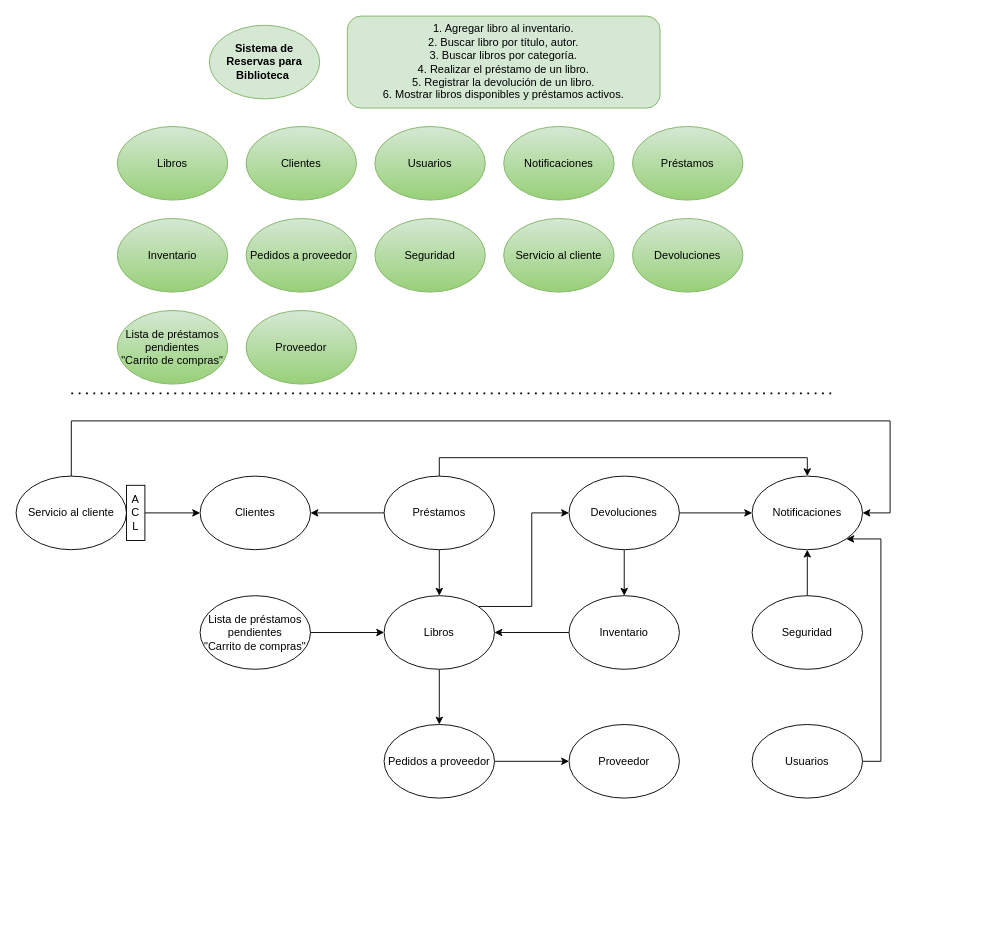
The draw.io diagram Biblioteca_Disenio.drawio in andrescardo98/doo, before the edit. Source tidied: cells renumbered, new cells numbered last; positions are measured from the earlier drawing's top-left corner, leaving out a move shared by most shapes. Both pictures are drawn from the tidied source at 92%, with x=0, y=0 at pixel (16, 16).
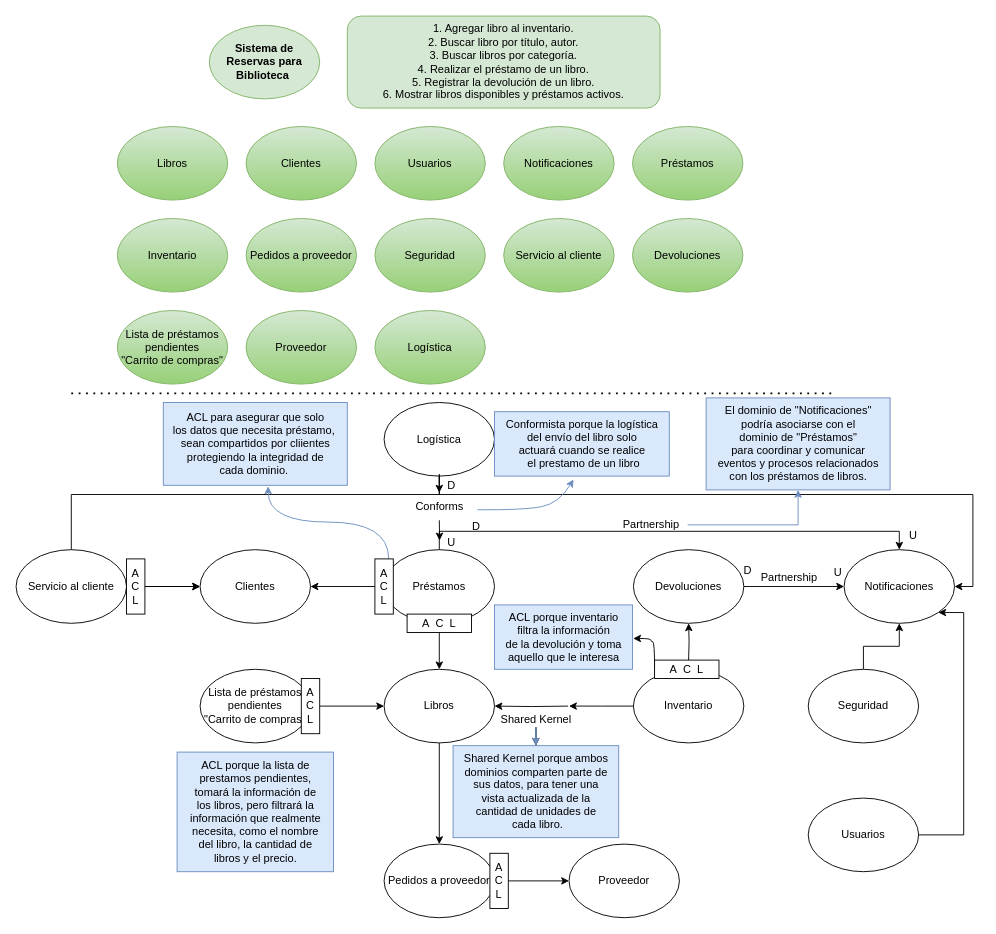
After the change.

What changed in the source:
```diff
@@
-    <mxCell id="14" style="edgeStyle=orthogonalEdgeStyle;rounded=0;jettySize=auto;html=1;exitX=1;exitY=0;exitDx=0;exitDy=0;entryX=0;entryY=0.5;entryDx=0;entryDy=0;" parent="1" edge="1" source="16" target="35">
-      <mxGeometry relative="1" as="geometry" />
-    </mxCell>
@@
     <mxCell id="16" value="Libros" style="ellipse;whiteSpace=wrap;html=1;" parent="1" vertex="1">
-      <mxGeometry x="400" y="630" width="120" height="80" as="geometry" />
+      <mxGeometry x="400" y="710" width="120" height="80" as="geometry" />
     </mxCell>
-    <mxCell id="17" style="edgeStyle=orthogonalEdgeStyle;rounded=0;jettySize=auto;html=1;exitX=0;exitY=0.5;exitDx=0;exitDy=0;entryX=1;entryY=0.5;entryDx=0;entryDy=0;" parent="1" edge="1" source="18" target="16">
-      <mxGeometry relative="1" as="geometry" />
+    <mxCell id="17" style="edgeStyle=orthogonalEdgeStyle;rounded=0;jettySize=auto;html=1;entryX=1;entryY=0.5;entryDx=0;entryDy=0;" parent="1" edge="1" target="16">
+      <mxGeometry relative="1" as="geometry">
+        <mxPoint x="600" y="750" as="sourcePoint" />
+      </mxGeometry>
     </mxCell>
+    <mxCell id="44" style="edgeStyle=orthogonalEdgeStyle;rounded=0;jettySize=auto;html=1;exitX=0.5;exitY=0;exitDx=0;exitDy=0;entryX=0.5;entryY=1;entryDx=0;entryDy=0;" parent="1" edge="1" target="35">
+      <mxGeometry relative="1" as="geometry">
+        <mxPoint x="731" y="700" as="sourcePoint" />
+      </mxGeometry>
+    </mxCell>
     <mxCell id="18" value="Inventario" style="ellipse;whiteSpace=wrap;html=1;" parent="1" vertex="1">
-      <mxGeometry x="601" y="630" width="120" height="80" as="geometry" />
+      <mxGeometry x="671" y="710" width="120" height="80" as="geometry" />
     </mxCell>
@@
     <mxCell id="21" value="Lista de préstamos pendientes&lt;br&gt;&quot;Carrito de compras&quot;" style="ellipse;whiteSpace=wrap;html=1;" parent="1" vertex="1">
-      <mxGeometry x="200" y="630" width="120" height="80" as="geometry" />
+      <mxGeometry x="200" y="710" width="120" height="80" as="geometry" />
     </mxCell>
-    <mxCell id="22" style="edgeStyle=orthogonalEdgeStyle;rounded=0;jettySize=auto;html=1;exitX=0.5;exitY=1;exitDx=0;exitDy=0;entryX=0.5;entryY=0;entryDx=0;entryDy=0;" parent="1" edge="1" source="25" target="16">
+    <mxCell id="22" style="edgeStyle=orthogonalEdgeStyle;rounded=0;jettySize=auto;html=1;exitX=0.5;exitY=1;exitDx=0;exitDy=0;entryX=0.5;entryY=0;entryDx=0;entryDy=0;" parent="1" edge="1" source="64" target="16">
       <mxGeometry relative="1" as="geometry" />
     </mxCell>
-    <mxCell id="23" style="edgeStyle=orthogonalEdgeStyle;rounded=0;jettySize=auto;html=1;exitX=0;exitY=0.5;exitDx=0;exitDy=0;entryX=1;entryY=0.5;entryDx=0;entryDy=0;" parent="1" edge="1" source="25" target="27">
+    <mxCell id="23" style="edgeStyle=orthogonalEdgeStyle;rounded=0;jettySize=auto;html=1;exitX=0;exitY=0.5;exitDx=0;exitDy=0;entryX=1;entryY=0.5;entryDx=0;entryDy=0;" parent="1" edge="1" source="58" target="27">
       <mxGeometry relative="1" as="geometry" />
     </mxCell>
@@
     <mxCell id="25" value="Préstamos" style="ellipse;whiteSpace=wrap;html=1;" parent="1" vertex="1">
-      <mxGeometry x="400" y="500" width="120" height="80" as="geometry" />
+      <mxGeometry x="400" y="580" width="120" height="80" as="geometry" />
     </mxCell>
@@
     <mxCell id="27" value="Clientes" style="ellipse;whiteSpace=wrap;html=1;" parent="1" vertex="1">
-      <mxGeometry x="200" y="500" width="120" height="80" as="geometry" />
+      <mxGeometry x="200" y="580" width="120" height="80" as="geometry" />
     </mxCell>
     <mxCell id="28" style="edgeStyle=orthogonalEdgeStyle;rounded=0;jettySize=auto;html=1;exitX=0.5;exitY=0;exitDx=0;exitDy=0;entryX=1;entryY=0.5;entryDx=0;entryDy=0;" parent="1" edge="1" source="29" target="39">
       <mxGeometry relative="1" as="geometry">
         <Array as="points">
-          <mxPoint x="60" y="440" />
-          <mxPoint x="950" y="440" />
-          <mxPoint x="950" y="540" />
+          <mxPoint x="60" y="520" />
+          <mxPoint x="1040" y="520" />
+          <mxPoint x="1040" y="620" />
         </Array>
       </mxGeometry>
     </mxCell>
+    <mxCell id="45" style="edgeStyle=orthogonalEdgeStyle;rounded=0;jettySize=auto;html=1;" parent="1" edge="1" source="29" target="27">
+      <mxGeometry relative="1" as="geometry" />
+    </mxCell>
     <mxCell id="29" value="Servicio al cliente" style="ellipse;whiteSpace=wrap;html=1;" parent="1" vertex="1">
-      <mxGeometry y="500" width="120" height="80" as="geometry" />
+      <mxGeometry y="580" width="120" height="80" as="geometry" />
     </mxCell>
@@
     <mxCell id="31" value="A&lt;br&gt;C&lt;br&gt;L" style="rounded=0;whiteSpace=wrap;html=1;" parent="1" vertex="1">
-      <mxGeometry x="120" y="510" width="20" height="60" as="geometry" />
+      <mxGeometry x="120" y="590" width="20" height="60" as="geometry" />
     </mxCell>
@@
-    <mxCell id="33" style="edgeStyle=orthogonalEdgeStyle;rounded=0;jettySize=auto;html=1;exitX=0.5;exitY=1;exitDx=0;exitDy=0;entryX=0.5;entryY=0;entryDx=0;entryDy=0;" parent="1" edge="1" source="35" target="18">
-      <mxGeometry relative="1" as="geometry" />
-    </mxCell>
@@
     <mxCell id="35" value="Devoluciones" style="ellipse;whiteSpace=wrap;html=1;" parent="1" vertex="1">
-      <mxGeometry x="601" y="500" width="120" height="80" as="geometry" />
+      <mxGeometry x="671" y="580" width="120" height="80" as="geometry" />
     </mxCell>
@@
     <mxCell id="37" value="Pedidos a proveedor" style="ellipse;whiteSpace=wrap;html=1;" parent="1" vertex="1">
-      <mxGeometry x="400" y="770" width="120" height="80" as="geometry" />
+      <mxGeometry x="400" y="900" width="120" height="80" as="geometry" />
     </mxCell>
     <mxCell id="38" value="Proveedor" style="ellipse;whiteSpace=wrap;html=1;" parent="1" vertex="1">
-      <mxGeometry x="601" y="770" width="120" height="80" as="geometry" />
+      <mxGeometry x="601" y="900" width="120" height="80" as="geometry" />
     </mxCell>
     <mxCell id="39" value="Notificaciones" style="ellipse;whiteSpace=wrap;html=1;" parent="1" vertex="1">
-      <mxGeometry x="800" y="500" width="120" height="80" as="geometry" />
+      <mxGeometry x="900" y="580" width="120" height="80" as="geometry" />
     </mxCell>
@@
     <mxCell id="41" value="Seguridad" style="ellipse;whiteSpace=wrap;html=1;" parent="1" vertex="1">
-      <mxGeometry x="800" y="630" width="120" height="80" as="geometry" />
+      <mxGeometry x="861" y="710" width="120" height="80" as="geometry" />
     </mxCell>
     <mxCell id="42" style="edgeStyle=orthogonalEdgeStyle;rounded=0;jettySize=auto;html=1;exitX=1;exitY=0.5;exitDx=0;exitDy=0;entryX=1;entryY=1;entryDx=0;entryDy=0;" parent="1" edge="1" source="43" target="39">
       <mxGeometry relative="1" as="geometry">
         <Array as="points">
-          <mxPoint x="940" y="810" />
-          <mxPoint x="940" y="568" />
+          <mxPoint x="1030" y="890" />
+          <mxPoint x="1030" y="648" />
         </Array>
       </mxGeometry>
     </mxCell>
     <mxCell id="43" value="Usuarios" style="ellipse;whiteSpace=wrap;html=1;" parent="1" vertex="1">
-      <mxGeometry x="800" y="770" width="120" height="80" as="geometry" />
+      <mxGeometry x="861" y="850" width="120" height="80" as="geometry" />
     </mxCell>
+    <mxCell id="46" value="A&lt;br&gt;C&lt;br&gt;L" style="rounded=0;whiteSpace=wrap;html=1;" parent="1" vertex="1">
+      <mxGeometry x="310" y="720" width="20" height="60" as="geometry" />
+    </mxCell>
+    <mxCell id="47" value="ACL porque la lista de&lt;br&gt;prestamos pendientes, &lt;br&gt;tomará la información de &lt;br&gt;los libros, pero filtrará la &lt;br&gt;información que realmente &lt;br&gt;necesita, como el nombre&lt;br&gt;del libro, la cantidad de &lt;br&gt;libros y el precio." style="text;html=1;align=center;verticalAlign=middle;strokeColor=#6c8ebf;fillColor=#dae8fc;" parent="1" vertex="1">
+      <mxGeometry x="175" y="800" width="170" height="130" as="geometry" />
+    </mxCell>
+    <mxCell id="48" value="Logística" style="ellipse;whiteSpace=wrap;html=1;fillColor=#d5e8d4;strokeColor=#82b366;gradientColor=#97d077;" parent="1" vertex="1">
+      <mxGeometry x="390" y="320" width="120" height="80" as="geometry" />
+    </mxCell>
+    <mxCell id="49" style="edgeStyle=orthogonalEdgeStyle;rounded=0;jettySize=auto;html=1;exitX=0.5;exitY=1;exitDx=0;exitDy=0;" parent="1" edge="1" source="52">
+      <mxGeometry relative="1" as="geometry">
+        <mxPoint x="460.3" y="570" as="targetPoint" />
+      </mxGeometry>
+    </mxCell>
+    <mxCell id="50" value="Logística" style="ellipse;whiteSpace=wrap;html=1;" parent="1" vertex="1">
+      <mxGeometry x="400" y="420" width="120" height="80" as="geometry" />
+    </mxCell>
+    <mxCell id="51" style="edgeStyle=orthogonalEdgeStyle;rounded=0;jettySize=auto;html=1;exitX=0.5;exitY=1;exitDx=0;exitDy=0;" parent="1" edge="1" source="50" target="52">
+      <mxGeometry relative="1" as="geometry" />
+    </mxCell>
+    <mxCell id="52" value="Conforms" style="text;html=1;align=center;verticalAlign=middle;points=[];strokeColor=none;fillColor=none;" parent="1" vertex="1">
+      <mxGeometry x="420" y="518" width="80" height="30" as="geometry" />
+    </mxCell>
+    <mxCell id="53" style="edgeStyle=orthogonalEdgeStyle;rounded=0;jettySize=auto;html=1;exitX=0.75;exitY=0;exitDx=0;exitDy=0;entryX=0.57;entryY=1.012;entryDx=0;entryDy=0;entryPerimeter=0;curved=1;fillColor=#dae8fc;strokeColor=#6c8ebf;" parent="1" edge="1" source="58" target="56">
+      <mxGeometry relative="1" as="geometry" />
+    </mxCell>
+    <mxCell id="54" value="Conformista porque la logística &lt;br&gt;del envío del libro solo &lt;br&gt;actuará cuando se realice&lt;br&gt;&amp;nbsp;el prestamo de un libro" style="text;html=1;align=center;verticalAlign=middle;points=[];strokeColor=#6c8ebf;fillColor=#dae8fc;" parent="1" vertex="1">
+      <mxGeometry x="520" y="430" width="190" height="70" as="geometry" />
+    </mxCell>
+    <mxCell id="55" style="curved=1;endArrow=classic;html=1;rounded=0;exitX=1.018;exitY=0.62;exitDx=0;exitDy=0;exitPerimeter=0;entryX=0.452;entryY=1.052;entryDx=0;entryDy=0;entryPerimeter=0;fillColor=#dae8fc;strokeColor=#6c8ebf;" parent="1" edge="1" source="52" target="54">
+      <mxGeometry relative="1" as="geometry">
+        <Array as="points">
+          <mxPoint x="550" y="537" />
+          <mxPoint x="590" y="530" />
+        </Array>
+      </mxGeometry>
+    </mxCell>
+    <mxCell id="56" value="ACL para asegurar que solo&lt;br&gt;los datos que necesita préstamo,&amp;nbsp;&lt;br&gt;sean compartidos por cliientes&lt;br&gt;protegiendo la integridad de&lt;br&gt;cada dominio.&amp;nbsp;" style="text;html=1;align=center;verticalAlign=middle;points=[];strokeColor=#6c8ebf;fillColor=#dae8fc;" parent="1" vertex="1">
+      <mxGeometry x="160" y="420" width="200" height="90" as="geometry" />
+    </mxCell>
+    <mxCell id="57" style="edgeStyle=orthogonalEdgeStyle;rounded=0;jettySize=auto;html=1;exitX=0;exitY=0.5;exitDx=0;exitDy=0;entryX=1;entryY=0.5;entryDx=0;entryDy=0;" parent="1" edge="1" source="25" target="58">
+      <mxGeometry relative="1" as="geometry" />
+    </mxCell>
+    <mxCell id="58" value="A&lt;br&gt;C&lt;br&gt;L" style="rounded=0;whiteSpace=wrap;html=1;" parent="1" vertex="1">
+      <mxGeometry x="390" y="590" width="20" height="60" as="geometry" />
+    </mxCell>
+    <mxCell id="59" style="edgeStyle=orthogonalEdgeStyle;rounded=0;jettySize=auto;html=1;exitX=0;exitY=0.5;exitDx=0;exitDy=0;entryX=1;entryY=0.5;entryDx=0;entryDy=0;" parent="1" edge="1" source="18">
+      <mxGeometry relative="1" as="geometry">
+        <mxPoint x="601" y="750" as="targetPoint" />
+      </mxGeometry>
+    </mxCell>
+    <mxCell id="60" style="edgeStyle=orthogonalEdgeStyle;rounded=0;jettySize=auto;html=1;" parent="1" edge="1" source="62" target="63">
+      <mxGeometry relative="1" as="geometry" />
+    </mxCell>
+    <mxCell id="61" style="edgeStyle=orthogonalEdgeStyle;rounded=0;jettySize=auto;html=1;fillColor=#dae8fc;strokeColor=#6c8ebf;" parent="1" edge="1" source="62" target="63">
+      <mxGeometry relative="1" as="geometry" />
+    </mxCell>
+    <mxCell id="62" value="Shared Kernel" style="text;html=1;align=center;verticalAlign=middle;points=[];strokeColor=none;fillColor=none;" parent="1" vertex="1">
+      <mxGeometry x="515" y="750" width="100" height="30" as="geometry" />
+    </mxCell>
+    <mxCell id="63" value="Shared Kernel porque ambos &lt;br&gt;dominios comparten parte de&lt;br&gt;sus datos, para tener una&lt;br&gt;vista actualizada de la&lt;br&gt;cantidad de unidades de&lt;br&gt;&amp;nbsp;cada libro." style="text;html=1;align=center;verticalAlign=middle;points=[];strokeColor=#6c8ebf;fillColor=#dae8fc;" parent="1" vertex="1">
+      <mxGeometry x="475" y="793" width="180" height="100" as="geometry" />
+    </mxCell>
+    <mxCell id="64" value="A&amp;nbsp; C&amp;nbsp; L" style="rounded=0;whiteSpace=wrap;html=1;" parent="1" vertex="1">
+      <mxGeometry x="425" y="650" width="70" height="20" as="geometry" />
+    </mxCell>
+    <mxCell id="65" value="U" style="text;html=1;align=center;verticalAlign=middle;strokeColor=none;fillColor=none;" parent="1" vertex="1">
+      <mxGeometry x="458" y="558" width="30" height="30" as="geometry" />
+    </mxCell>
+    <mxCell id="66" value="D" style="text;html=1;align=center;verticalAlign=middle;strokeColor=none;fillColor=none;" parent="1" vertex="1">
+      <mxGeometry x="458" y="495" width="30" height="30" as="geometry" />
+    </mxCell>
+    <mxCell id="67" style="edgeStyle=orthogonalEdgeStyle;rounded=0;jettySize=auto;html=1;exitX=0.5;exitY=0;exitDx=0;exitDy=0;entryX=0.5;entryY=1;entryDx=0;entryDy=0;" parent="1" edge="1" source="18" target="69">
+      <mxGeometry relative="1" as="geometry" />
+    </mxCell>
+    <mxCell id="68" style="edgeStyle=orthogonalEdgeStyle;rounded=0;jettySize=auto;html=1;exitX=0;exitY=0.5;exitDx=0;exitDy=0;entryX=1.005;entryY=0.521;entryDx=0;entryDy=0;entryPerimeter=0;curved=1;" parent="1" edge="1" source="69" target="70">
+      <mxGeometry relative="1" as="geometry">
+        <Array as="points">
+          <mxPoint x="694" y="680" />
+          <mxPoint x="690" y="680" />
+          <mxPoint x="690" y="676" />
+        </Array>
+      </mxGeometry>
+    </mxCell>
+    <mxCell id="69" value="A&amp;nbsp; C&amp;nbsp; L" style="rounded=0;whiteSpace=wrap;html=1;" parent="1" vertex="1">
+      <mxGeometry x="694" y="700" width="70" height="20" as="geometry" />
+    </mxCell>
+    <mxCell id="70" value="ACL porque inventario&lt;br&gt;filtra la información&lt;br&gt;de la devolución y toma&lt;br&gt;aquello que le interesa" style="text;html=1;align=center;verticalAlign=middle;points=[];strokeColor=#6c8ebf;fillColor=#dae8fc;" parent="1" vertex="1">
+      <mxGeometry x="520" y="640" width="150" height="70" as="geometry" />
+    </mxCell>
+    <mxCell id="71" value="A&lt;br&gt;C&lt;br&gt;L" style="rounded=0;whiteSpace=wrap;html=1;" parent="1" vertex="1">
+      <mxGeometry x="515" y="910" width="20" height="60" as="geometry" />
+    </mxCell>
+    <mxCell id="72" style="edgeStyle=orthogonalEdgeStyle;rounded=0;jettySize=auto;html=1;fillColor=#dae8fc;strokeColor=#6c8ebf;" parent="1" edge="1" source="73" target="74">
+      <mxGeometry relative="1" as="geometry" />
+    </mxCell>
+    <mxCell id="73" value="Partnership" style="text;html=1;align=center;verticalAlign=middle;points=[];strokeColor=none;fillColor=none;" parent="1" vertex="1">
+      <mxGeometry x="650" y="538" width="80" height="30" as="geometry" />
+    </mxCell>
+    <mxCell id="74" value=" El dominio de &quot;Notificaciones&quot; &lt;br&gt;podría asociarse con el &lt;br&gt;dominio de &quot;Préstamos&quot; &lt;br&gt;para coordinar y comunicar &lt;br&gt;eventos y procesos relacionados &lt;br&gt;con los préstamos de libros." style="text;html=1;align=center;verticalAlign=middle;points=[];strokeColor=#6c8ebf;fillColor=#dae8fc;" parent="1" vertex="1">
+      <mxGeometry x="750" y="415" width="200" height="100" as="geometry" />
+    </mxCell>
+    <mxCell id="75" value="U" style="text;html=1;align=center;verticalAlign=middle;strokeColor=none;fillColor=none;" parent="1" vertex="1">
+      <mxGeometry x="960" y="550" width="30" height="30" as="geometry" />
+    </mxCell>
+    <mxCell id="76" value="D" style="text;html=1;align=center;verticalAlign=middle;strokeColor=none;fillColor=none;" parent="1" vertex="1">
+      <mxGeometry x="485" y="540" width="30" height="30" as="geometry" />
+    </mxCell>
+    <mxCell id="77" value="Partnership" style="text;html=1;align=center;verticalAlign=middle;strokeColor=none;fillColor=none;" parent="1" vertex="1">
+      <mxGeometry x="800" y="596" width="80" height="30" as="geometry" />
+    </mxCell>
+    <mxCell id="78" value="D" style="text;html=1;align=center;verticalAlign=middle;strokeColor=none;fillColor=none;" parent="1" vertex="1">
+      <mxGeometry x="780" y="588" width="30" height="30" as="geometry" />
+    </mxCell>
+    <mxCell id="79" value="U" style="text;html=1;align=center;verticalAlign=middle;strokeColor=none;fillColor=none;" parent="1" vertex="1">
+      <mxGeometry x="878" y="590" width="30" height="30" as="geometry" />
+    </mxCell>
```
